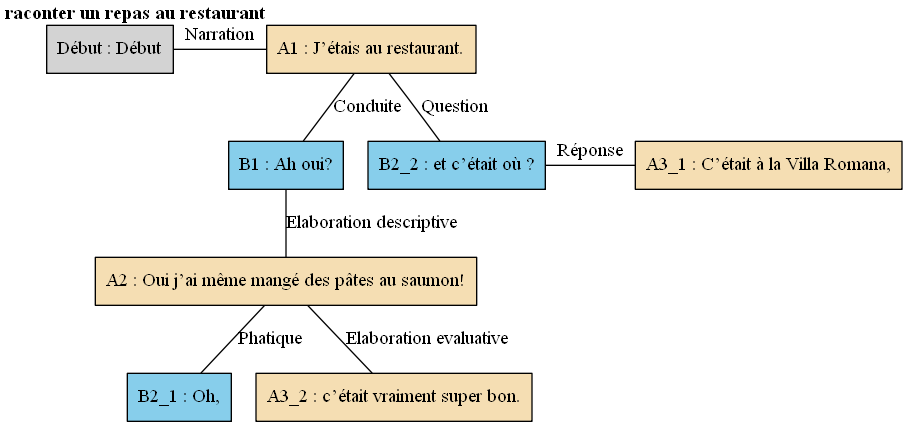
AlaixComet/AnnotationSlamPTut keeps this Graphviz diagram as arbres/Bac_a_sable/Bac_a_sable_-_E11.gv.png. Above is the earlier version. Its source is kept beside it as arbres/Bac_a_sable/Bac_a_sable_-_E11.gv.
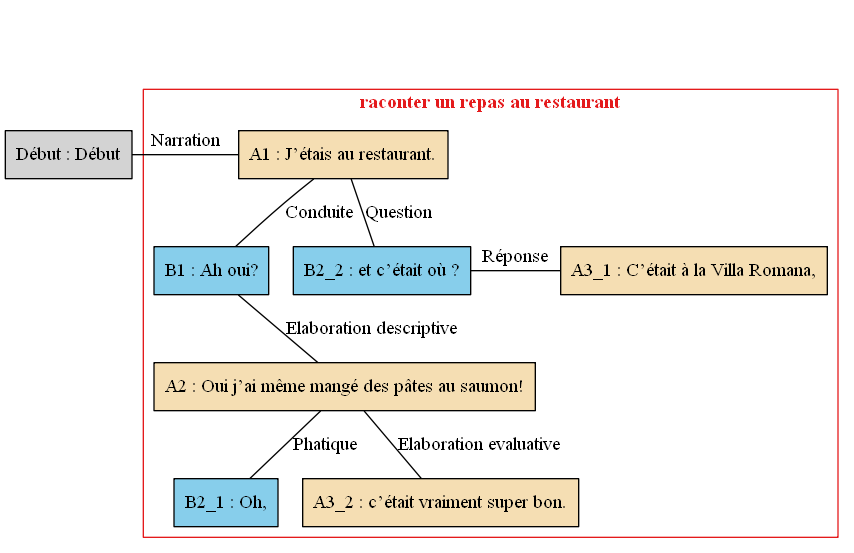
The same file after the commit.

What changed in the source:
```diff
@@ -1,28 +1,36 @@
 digraph E11 {
 	node [shape=box style=filled]
-	"Début" [label="Début : Début" xlabel=""]
-	A1 [label="A1 : J’étais au restaurant." fillcolor=wheat xlabel=<<B>raconter un repas au restaurant</B>>]
-	B1 [label="B1 : Ah oui?" fillcolor=skyblue xlabel=""]
-	A2 [label="A2 : Oui j’ai même mangé des pâtes au saumon!" fillcolor=wheat xlabel=""]
-	B2_1 [label="B2_1 : Oh," fillcolor=skyblue xlabel=""]
-	B2_2 [label="B2_2 : et c’était où ?" fillcolor=skyblue xlabel=""]
-	A3_1 [label="A3_1 : C’était à la Villa Romana," fillcolor=wheat xlabel=""]
-	A3_2 [label="A3_2 : c’était vraiment super bon." fillcolor=wheat xlabel=""]
-	{
-		rank=same
-		"Début"
+	newrank=true
+	zero [style=invis]
+	"Début" [label="Début : Début"]
+	A1 [label="A1 : J’étais au restaurant." fillcolor=wheat]
+	B1 [label="B1 : Ah oui?" fillcolor=skyblue]
+	A2 [label="A2 : Oui j’ai même mangé des pâtes au saumon!" fillcolor=wheat]
+	B2_1 [label="B2_1 : Oh," fillcolor=skyblue]
+	B2_2 [label="B2_2 : et c’était où ?" fillcolor=skyblue]
+	A3_1 [label="A3_1 : C’était à la Villa Romana," fillcolor=wheat]
+	A3_2 [label="A3_2 : c’était vraiment super bon." fillcolor=wheat]
+	zero -> "Début" [label="" style=invis]
+	zero -> A1 [style=invis weight=1]
+	"Début" -> A1 [label=Narration constraint=false dir=none]
+	A1 -> B1 [label=Conduite dir=none weight=2]
+	B1 -> A2 [label="Elaboration descriptive" dir=none weight=2]
+	A2 -> B2_1 [label=Phatique dir=none weight=2]
+	A1 -> A3_1 [style=invis weight=1]
+	B2_2 -> A3_1 [label="Réponse" constraint=false dir=none]
+	A2 -> A3_2 [label="Elaboration evaluative" dir=none weight=2]
+	A1 -> B2_2 [label=Question dir=none weight=2]
+	subgraph cluster_1 {
+		label=<<B>raconter un repas au restaurant</B>>
+		colorscheme=set19
+		color=1
+		fontcolor=1
 		A1
-		"Début" -> A1 [label=Narration dir=none]
-	}
-	A1 -> B1 [label=Conduite dir=none]
-	B1 -> A2 [label="Elaboration descriptive" dir=none]
-	A2 -> B2_1 [label=Phatique dir=none]
-	{
-		rank=same
+		B1
+		A2
+		B2_1
 		B2_2
 		A3_1
-		B2_2 -> A3_1 [label="Réponse" dir=none]
+		A3_2
 	}
-	A2 -> A3_2 [label="Elaboration evaluative" dir=none]
-	A1 -> B2_2 [label=Question dir=none]
 }
```
